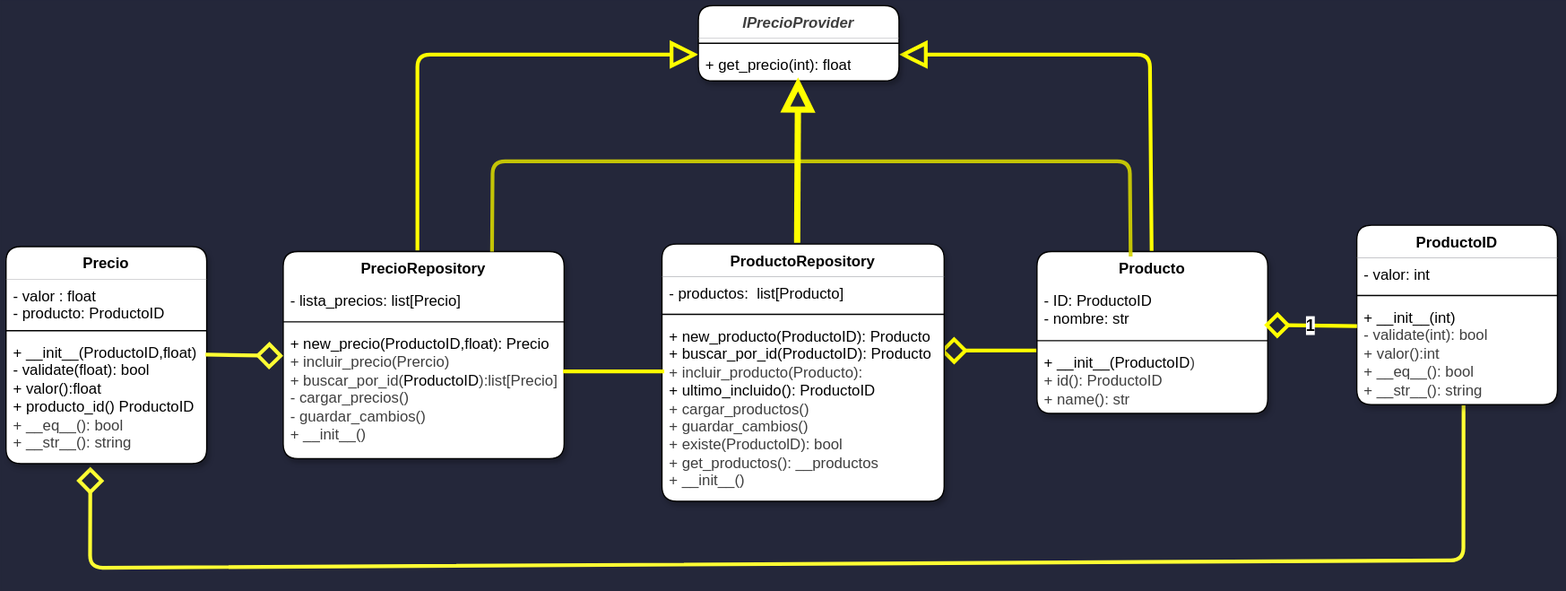
shinovi9/Subsistema-Precio keeps this draw.io diagram as Docs/DiagramaSubSistema.svg. Above is the earlier version. Source tidied: cells renumbered, new cells last; positions are measured from the earlier drawing's top-left corner, leaving out a move shared by most shapes.
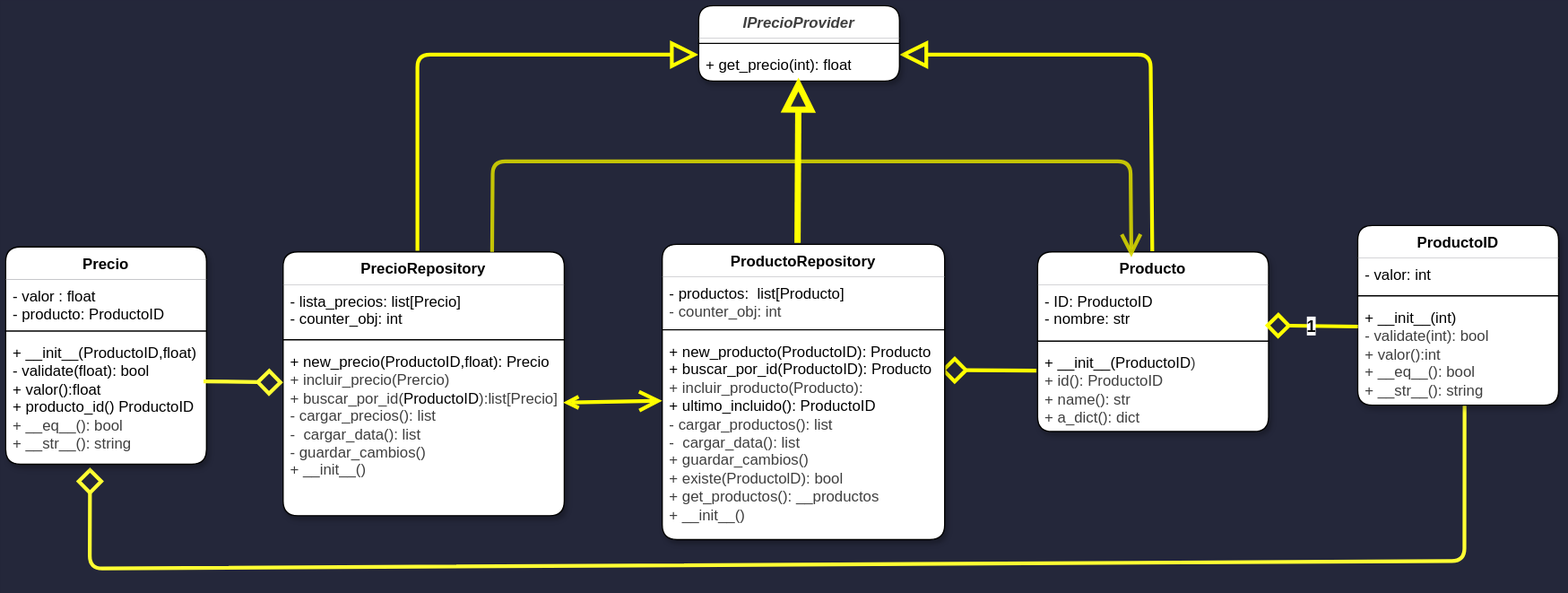
Later version of the same file.

What changed in the source:
```diff
@@ -2,7 +2,7 @@
   <root>
     <mxCell id="0" />
     <mxCell id="1" parent="0" />
-    <mxCell id="2" style="edgeStyle=none;html=1;entryX=0.986;entryY=0.172;entryDx=0;entryDy=0;entryPerimeter=0;strokeWidth=3;strokeColor=#FFFF00;endArrow=diamond;endFill=0;endSize=15;exitX=0.012;exitY=0.07;exitDx=0;exitDy=0;exitPerimeter=0;rounded=1;" parent="1" edge="1" source="7" target="16">
+    <mxCell id="2" style="edgeStyle=none;html=1;entryX=0.986;entryY=0.172;entryDx=0;entryDy=0;entryPerimeter=0;strokeWidth=3;strokeColor=#FFFF00;endArrow=diamond;endFill=0;endSize=15;exitX=-0.005;exitY=0.286;exitDx=0;exitDy=0;exitPerimeter=0;rounded=1;" parent="1" edge="1" source="7" target="16">
       <mxGeometry relative="1" as="geometry" />
     </mxCell>
     <mxCell id="3" style="edgeStyle=none;html=1;entryX=1;entryY=0.5;entryDx=0;entryDy=0;strokeWidth=3;strokeColor=#FFFF00;endArrow=block;endFill=0;endSize=15;rounded=1;" parent="1" edge="1" source="4">
@@ -14,7 +14,7 @@
       </mxGeometry>
     </mxCell>
     <mxCell id="4" value="Producto" style="swimlane;fontStyle=1;align=center;verticalAlign=top;horizontal=1;startSize=26;whiteSpace=wrap;html=1;swimlaneFillColor=default;gradientColor=none;fillStyle=auto;strokeWidth=1;rounded=1;glass=0;swimlaneLine=0;shadow=1;" parent="1" vertex="1">
-      <mxGeometry x="822" y="196" width="184" height="129" as="geometry" />
+      <mxGeometry x="822" y="196" width="184" height="143" as="geometry" />
     </mxCell>
     <mxCell id="5" value="- ID: ProductoID&lt;div&gt;- nombre: str&lt;/div&gt;" style="text;strokeColor=none;fillColor=none;align=left;verticalAlign=top;spacingLeft=4;spacingRight=4;overflow=hidden;points=[[0,0.5],[1,0.5]];portConstraint=eastwest;whiteSpace=wrap;html=1;rounded=1;" parent="4" vertex="1">
       <mxGeometry y="26" width="184" height="41" as="geometry" />
@@ -22,8 +22,8 @@
     <mxCell id="6" style="line;strokeWidth=1;fillColor=none;align=left;verticalAlign=middle;spacingTop=-1;spacingLeft=3;spacingRight=3;labelPosition=right;strokeColor=inherit;rounded=1;" parent="4" vertex="1">
       <mxGeometry y="67" width="184" height="8" as="geometry" />
     </mxCell>
-    <mxCell id="7" value="&lt;span style=&quot;scrollbar-color: rgb(226, 226, 226) rgb(251, 251, 251); color: rgb(0, 0, 0);&quot;&gt;+ __init__(ProductoID&lt;/span&gt;&lt;span style=&quot;color: rgb(63, 63, 63); scrollbar-color: rgb(226, 226, 226) rgb(251, 251, 251); background-color: transparent;&quot;&gt;)&lt;/span&gt;&lt;div&gt;&lt;span style=&quot;color: rgb(63, 63, 63); scrollbar-color: rgb(226, 226, 226) rgb(251, 251, 251); background-color: transparent;&quot;&gt;+ id(): ProductoID&lt;/span&gt;&lt;/div&gt;&lt;div&gt;&lt;span style=&quot;color: rgb(63, 63, 63); scrollbar-color: rgb(226, 226, 226) rgb(251, 251, 251); background-color: transparent;&quot;&gt;+ name(): str&lt;/span&gt;&lt;/div&gt;" style="text;strokeColor=none;fillColor=none;align=left;verticalAlign=top;spacingLeft=4;spacingRight=4;overflow=hidden;points=[[0,0.5],[1,0.5]];portConstraint=eastwest;whiteSpace=wrap;html=1;rounded=1;" parent="4" vertex="1">
-      <mxGeometry y="75" width="184" height="54" as="geometry" />
+    <mxCell id="7" value="&lt;span style=&quot;scrollbar-color: rgb(226, 226, 226) rgb(251, 251, 251); color: rgb(0, 0, 0);&quot;&gt;+ __init__(ProductoID&lt;/span&gt;&lt;span style=&quot;color: rgb(63, 63, 63); scrollbar-color: rgb(226, 226, 226) rgb(251, 251, 251); background-color: transparent;&quot;&gt;)&lt;/span&gt;&lt;div&gt;&lt;span style=&quot;color: rgb(63, 63, 63); scrollbar-color: rgb(226, 226, 226) rgb(251, 251, 251); background-color: transparent;&quot;&gt;+ id(): ProductoID&lt;/span&gt;&lt;/div&gt;&lt;div&gt;&lt;span style=&quot;color: rgb(63, 63, 63); scrollbar-color: rgb(226, 226, 226) rgb(251, 251, 251); background-color: transparent;&quot;&gt;+ name(): str&lt;/span&gt;&lt;/div&gt;&lt;div&gt;&lt;span style=&quot;color: rgb(63, 63, 63); scrollbar-color: rgb(226, 226, 226) rgb(251, 251, 251); background-color: transparent;&quot;&gt;+ a_dict(): dict&lt;/span&gt;&lt;/div&gt;" style="text;strokeColor=none;fillColor=none;align=left;verticalAlign=top;spacingLeft=4;spacingRight=4;overflow=hidden;points=[[0,0.5],[1,0.5]];portConstraint=eastwest;whiteSpace=wrap;html=1;rounded=1;" parent="4" vertex="1">
+      <mxGeometry y="75" width="184" height="68" as="geometry" />
     </mxCell>
     <mxCell id="8" style="edgeStyle=none;html=1;entryX=0;entryY=0.5;entryDx=0;entryDy=0;strokeWidth=3;strokeColor=#FFFF00;endArrow=block;endFill=0;endSize=15;rounded=1;" parent="1" edge="1">
       <mxGeometry relative="1" as="geometry">
@@ -35,30 +35,30 @@
       </mxGeometry>
     </mxCell>
     <mxCell id="9" value="&lt;span style=&quot;color: rgb(0, 0, 0);&quot;&gt;PrecioRepository&lt;/span&gt;" style="swimlane;fontStyle=1;align=center;verticalAlign=top;horizontal=1;startSize=26;whiteSpace=wrap;html=1;swimlaneFillColor=default;gradientColor=none;fillStyle=auto;strokeWidth=1;rounded=1;glass=0;swimlaneLine=0;shadow=1;" parent="1" vertex="1">
-      <mxGeometry x="221" y="196" width="224" height="165" as="geometry" />
+      <mxGeometry x="221" y="196" width="224" height="210" as="geometry" />
     </mxCell>
-    <mxCell id="10" value="- lista_precios: list[Precio]&amp;nbsp;" style="text;strokeColor=none;fillColor=none;align=left;verticalAlign=top;spacingLeft=4;spacingRight=4;overflow=hidden;whiteSpace=wrap;html=1;rounded=1;" parent="9" vertex="1">
-      <mxGeometry y="26" width="224" height="26" as="geometry" />
+    <mxCell id="10" value="- lista_precios: list[Precio]&lt;div&gt;- counter_obj: int&lt;/div&gt;" style="text;strokeColor=none;fillColor=none;align=left;verticalAlign=top;spacingLeft=4;spacingRight=4;overflow=hidden;whiteSpace=wrap;html=1;rounded=1;" parent="9" vertex="1">
+      <mxGeometry y="26" width="224" height="40" as="geometry" />
     </mxCell>
     <mxCell id="11" style="line;strokeWidth=1;fillColor=none;align=left;verticalAlign=middle;spacingTop=-1;spacingLeft=3;spacingRight=3;labelPosition=right;strokeColor=inherit;rounded=1;" parent="9" vertex="1">
-      <mxGeometry y="52" width="224" height="8" as="geometry" />
+      <mxGeometry y="66" width="224" height="8" as="geometry" />
     </mxCell>
-    <mxCell id="12" value="&lt;span style=&quot;color: rgb(0, 0, 0);&quot;&gt;+ new_precio(ProductoID,float): Precio&lt;/span&gt;&lt;div style=&quot;color: rgb(63, 63, 63); scrollbar-color: rgb(226, 226, 226) rgb(251, 251, 251);&quot;&gt;+ incluir_precio(Prercio)&lt;/div&gt;&lt;div style=&quot;color: rgb(63, 63, 63); scrollbar-color: rgb(226, 226, 226) rgb(251, 251, 251);&quot;&gt;+ buscar_por_id(&lt;span style=&quot;scrollbar-color: rgb(226, 226, 226) rgb(251, 251, 251); color: rgb(0, 0, 0);&quot;&gt;ProductoID&lt;/span&gt;):list[Precio]&lt;/div&gt;&lt;div style=&quot;color: rgb(63, 63, 63); scrollbar-color: rgb(226, 226, 226) rgb(251, 251, 251);&quot;&gt;&lt;div style=&quot;scrollbar-color: rgb(226, 226, 226) rgb(251, 251, 251); color: rgb(63, 63, 63);&quot;&gt;- cargar_precios()&lt;/div&gt;&lt;div style=&quot;scrollbar-color: rgb(226, 226, 226) rgb(251, 251, 251); color: rgb(63, 63, 63);&quot;&gt;- guardar_cambios()&lt;/div&gt;&lt;div style=&quot;scrollbar-color: rgb(226, 226, 226) rgb(251, 251, 251); color: rgb(63, 63, 63);&quot;&gt;+ __init__()&lt;/div&gt;&lt;/div&gt;" style="text;strokeColor=none;fillColor=none;align=left;verticalAlign=top;spacingLeft=4;spacingRight=4;overflow=hidden;points=[[0,0.5],[1,0.5]];portConstraint=eastwest;whiteSpace=wrap;html=1;rounded=1;" parent="9" vertex="1">
-      <mxGeometry y="60" width="224" height="105" as="geometry" />
+    <mxCell id="12" value="&lt;span style=&quot;color: rgb(0, 0, 0);&quot;&gt;+ new_precio(ProductoID,float): Precio&lt;/span&gt;&lt;div style=&quot;color: rgb(63, 63, 63); scrollbar-color: rgb(226, 226, 226) rgb(251, 251, 251);&quot;&gt;+ incluir_precio(Prercio)&lt;/div&gt;&lt;div style=&quot;color: rgb(63, 63, 63); scrollbar-color: rgb(226, 226, 226) rgb(251, 251, 251);&quot;&gt;+ buscar_por_id(&lt;span style=&quot;scrollbar-color: rgb(226, 226, 226) rgb(251, 251, 251); color: rgb(0, 0, 0);&quot;&gt;ProductoID&lt;/span&gt;):list[Precio]&lt;/div&gt;&lt;div style=&quot;color: rgb(63, 63, 63); scrollbar-color: rgb(226, 226, 226) rgb(251, 251, 251);&quot;&gt;&lt;div style=&quot;scrollbar-color: rgb(226, 226, 226) rgb(251, 251, 251); color: rgb(63, 63, 63);&quot;&gt;- cargar_precios(): list&lt;/div&gt;&lt;div style=&quot;scrollbar-color: rgb(226, 226, 226) rgb(251, 251, 251); color: rgb(63, 63, 63);&quot;&gt;&lt;span style=&quot;color: rgb(63, 63, 63);&quot;&gt;-&amp;nbsp; cargar_data(): list&lt;/span&gt;&lt;/div&gt;&lt;div style=&quot;scrollbar-color: rgb(226, 226, 226) rgb(251, 251, 251); color: rgb(63, 63, 63);&quot;&gt;- guardar_cambios()&lt;/div&gt;&lt;div style=&quot;scrollbar-color: rgb(226, 226, 226) rgb(251, 251, 251); color: rgb(63, 63, 63);&quot;&gt;+ __init__()&lt;/div&gt;&lt;/div&gt;" style="text;strokeColor=none;fillColor=none;align=left;verticalAlign=top;spacingLeft=4;spacingRight=4;overflow=hidden;points=[[0,0.5],[1,0.5]];portConstraint=eastwest;whiteSpace=wrap;html=1;rounded=1;" parent="9" vertex="1">
+      <mxGeometry y="74" width="224" height="136" as="geometry" />
     </mxCell>
     <mxCell id="13" value="ProductoRepository" style="swimlane;fontStyle=1;align=center;verticalAlign=top;horizontal=1;startSize=26;whiteSpace=wrap;html=1;swimlaneFillColor=default;gradientColor=none;fillStyle=auto;strokeWidth=1;rounded=1;glass=0;swimlaneLine=0;shadow=1;" parent="1" vertex="1">
-      <mxGeometry x="523" y="190" width="225" height="205" as="geometry" />
+      <mxGeometry x="523" y="190" width="225" height="235" as="geometry" />
     </mxCell>
-    <mxCell id="14" value="- productos:&amp;nbsp; list[Producto]" style="text;strokeColor=none;fillColor=none;align=left;verticalAlign=top;spacingLeft=4;spacingRight=4;overflow=hidden;whiteSpace=wrap;html=1;rounded=1;" parent="13" vertex="1">
-      <mxGeometry y="26" width="225" height="26" as="geometry" />
+    <mxCell id="14" value="- productos:&amp;nbsp; list[Producto]&lt;div&gt;&lt;span style=&quot;color: rgb(63, 63, 63);&quot;&gt;- counter_obj: int&lt;/span&gt;&lt;/div&gt;" style="text;strokeColor=none;fillColor=none;align=left;verticalAlign=top;spacingLeft=4;spacingRight=4;overflow=hidden;whiteSpace=wrap;html=1;rounded=1;" parent="13" vertex="1">
+      <mxGeometry y="26" width="225" height="38" as="geometry" />
     </mxCell>
     <mxCell id="15" style="line;strokeWidth=1;fillColor=none;align=left;verticalAlign=middle;spacingTop=-1;spacingLeft=3;spacingRight=3;labelPosition=right;strokeColor=inherit;rounded=1;" parent="13" vertex="1">
-      <mxGeometry y="52" width="225" height="8" as="geometry" />
+      <mxGeometry y="64" width="225" height="8" as="geometry" />
     </mxCell>
-    <mxCell id="16" value="&lt;font style=&quot;scrollbar-color: rgb(226, 226, 226) rgb(251, 251, 251); color: rgb(0, 0, 0);&quot;&gt;+ new_producto(ProductoID): Producto&lt;/font&gt;&lt;div style=&quot;scrollbar-color: rgb(226, 226, 226) rgb(251, 251, 251); color: rgb(63, 63, 63);&quot;&gt;&lt;font style=&quot;scrollbar-color: rgb(226, 226, 226) rgb(251, 251, 251); color: rgb(0, 0, 0);&quot;&gt;+ buscar_por_id(ProductoID): Producto&lt;/font&gt;&lt;/div&gt;&lt;div style=&quot;scrollbar-color: rgb(226, 226, 226) rgb(251, 251, 251); color: rgb(63, 63, 63);&quot;&gt;+ incluir_producto(Producto):&lt;/div&gt;&lt;div style=&quot;scrollbar-color: rgb(226, 226, 226) rgb(251, 251, 251); color: rgb(63, 63, 63);&quot;&gt;&lt;font style=&quot;scrollbar-color: rgb(226, 226, 226) rgb(251, 251, 251); color: rgb(0, 0, 0);&quot;&gt;+ ultimo_incluido(): ProductoID&lt;/font&gt;&lt;/div&gt;&lt;div style=&quot;scrollbar-color: rgb(226, 226, 226) rgb(251, 251, 251); color: rgb(63, 63, 63);&quot;&gt;+ cargar_productos()&lt;/div&gt;&lt;div style=&quot;scrollbar-color: rgb(226, 226, 226) rgb(251, 251, 251); color: rgb(63, 63, 63);&quot;&gt;+ guardar_cambios()&lt;/div&gt;&lt;div style=&quot;scrollbar-color: rgb(226, 226, 226) rgb(251, 251, 251); color: rgb(63, 63, 63);&quot;&gt;+ existe(ProductolD): bool&lt;/div&gt;&lt;div style=&quot;scrollbar-color: rgb(226, 226, 226) rgb(251, 251, 251); color: rgb(63, 63, 63);&quot;&gt;+ get_productos(): __productos&amp;nbsp;&amp;nbsp;&lt;/div&gt;&lt;div style=&quot;scrollbar-color: rgb(226, 226, 226) rgb(251, 251, 251); color: rgb(63, 63, 63);&quot;&gt;+ __init__()&lt;/div&gt;" style="text;strokeColor=none;fillColor=none;align=left;verticalAlign=top;spacingLeft=4;spacingRight=4;overflow=hidden;points=[[0,0.5],[1,0.5]];portConstraint=eastwest;whiteSpace=wrap;html=1;rounded=1;" parent="13" vertex="1">
-      <mxGeometry y="60" width="225" height="145" as="geometry" />
+    <mxCell id="16" value="&lt;font style=&quot;scrollbar-color: rgb(226, 226, 226) rgb(251, 251, 251); color: rgb(0, 0, 0);&quot;&gt;+ new_producto(ProductoID): Producto&lt;/font&gt;&lt;div style=&quot;scrollbar-color: rgb(226, 226, 226) rgb(251, 251, 251); color: rgb(63, 63, 63);&quot;&gt;&lt;font style=&quot;scrollbar-color: rgb(226, 226, 226) rgb(251, 251, 251); color: rgb(0, 0, 0);&quot;&gt;+ buscar_por_id(ProductoID): Producto&lt;/font&gt;&lt;/div&gt;&lt;div style=&quot;scrollbar-color: rgb(226, 226, 226) rgb(251, 251, 251); color: rgb(63, 63, 63);&quot;&gt;+ incluir_producto(Producto):&lt;/div&gt;&lt;div style=&quot;scrollbar-color: rgb(226, 226, 226) rgb(251, 251, 251); color: rgb(63, 63, 63);&quot;&gt;&lt;font style=&quot;scrollbar-color: rgb(226, 226, 226) rgb(251, 251, 251); color: rgb(0, 0, 0);&quot;&gt;+ ultimo_incluido(): ProductoID&lt;/font&gt;&lt;/div&gt;&lt;div style=&quot;scrollbar-color: rgb(226, 226, 226) rgb(251, 251, 251); color: rgb(63, 63, 63);&quot;&gt;- cargar_productos(): list&lt;/div&gt;&lt;div style=&quot;scrollbar-color: rgb(226, 226, 226) rgb(251, 251, 251); color: rgb(63, 63, 63);&quot;&gt;&lt;span style=&quot;color: rgb(63, 63, 63);&quot;&gt;-&amp;nbsp; cargar_data(): list&lt;/span&gt;&lt;/div&gt;&lt;div style=&quot;scrollbar-color: rgb(226, 226, 226) rgb(251, 251, 251); color: rgb(63, 63, 63);&quot;&gt;+ guardar_cambios()&lt;/div&gt;&lt;div style=&quot;scrollbar-color: rgb(226, 226, 226) rgb(251, 251, 251); color: rgb(63, 63, 63);&quot;&gt;+ existe(ProductolD): bool&lt;/div&gt;&lt;div style=&quot;scrollbar-color: rgb(226, 226, 226) rgb(251, 251, 251); color: rgb(63, 63, 63);&quot;&gt;+ get_productos(): __productos&lt;/div&gt;&lt;div style=&quot;scrollbar-color: rgb(226, 226, 226) rgb(251, 251, 251); color: rgb(63, 63, 63);&quot;&gt;+ __init__()&lt;/div&gt;" style="text;strokeColor=none;fillColor=none;align=left;verticalAlign=top;spacingLeft=4;spacingRight=4;overflow=hidden;points=[[0,0.5],[1,0.5]];portConstraint=eastwest;whiteSpace=wrap;html=1;rounded=1;" parent="13" vertex="1">
+      <mxGeometry y="72" width="225" height="163" as="geometry" />
     </mxCell>
-    <mxCell id="17" style="edgeStyle=none;html=1;exitX=0.996;exitY=0.338;exitDx=0;exitDy=0;entryX=0.008;entryY=0.286;entryDx=0;entryDy=0;startArrow=none;startFill=0;strokeColor=#FFFF00;strokeWidth=3;entryPerimeter=0;endArrow=none;endFill=0;exitPerimeter=0;rounded=1;" parent="1" edge="1" source="12" target="16">
+    <mxCell id="17" style="edgeStyle=none;html=1;exitX=0.996;exitY=0.338;exitDx=0;exitDy=0;startArrow=open;startFill=0;strokeColor=#FFFF00;strokeWidth=3;endArrow=open;endFill=0;exitPerimeter=0;rounded=1;endSize=12;entryX=0;entryY=0.322;entryDx=0;entryDy=0;entryPerimeter=0;" parent="1" edge="1" source="12" target="16">
       <mxGeometry relative="1" as="geometry" />
     </mxCell>
     <mxCell id="18" value="&lt;i style=&quot;color: rgb(63, 63, 63); scrollbar-color: rgb(226, 226, 226) rgb(251, 251, 251);&quot;&gt;IPrecioProvider&lt;/i&gt;" style="swimlane;fontStyle=1;align=center;verticalAlign=top;horizontal=1;startSize=26;whiteSpace=wrap;html=1;swimlaneFillColor=default;gradientColor=none;fillStyle=auto;strokeWidth=1;rounded=1;glass=0;swimlaneLine=0;shadow=1;" parent="1" vertex="1">
@@ -70,7 +70,7 @@
     <mxCell id="20" value="+ get_precio(int): float" style="text;strokeColor=none;fillColor=none;align=left;verticalAlign=top;spacingLeft=4;spacingRight=4;overflow=hidden;points=[[0,0.5],[1,0.5]];portConstraint=eastwest;whiteSpace=wrap;html=1;rounded=1;" parent="18" vertex="1">
       <mxGeometry y="34" width="160" height="26" as="geometry" />
     </mxCell>
-    <mxCell id="21" style="edgeStyle=none;html=1;entryX=0.406;entryY=0.03;entryDx=0;entryDy=0;exitX=0.5;exitY=0;exitDx=0;exitDy=0;strokeWidth=3;strokeColor=#D5D500;entryPerimeter=0;opacity=90;endArrow=none;endFill=0;rounded=1;" parent="1" edge="1" target="4">
+    <mxCell id="21" style="edgeStyle=none;html=1;entryX=0.406;entryY=0.03;entryDx=0;entryDy=0;exitX=0.5;exitY=0;exitDx=0;exitDy=0;strokeWidth=3;strokeColor=#D5D500;entryPerimeter=0;opacity=90;endArrow=open;endFill=0;rounded=1;endSize=12;" parent="1" edge="1" target="4">
       <mxGeometry relative="1" as="geometry">
         <mxPoint x="387.5" y="196" as="sourcePoint" />
         <Array as="points">
@@ -117,7 +117,7 @@
     <mxCell id="32" value="+ __init__(ProductoID,float)&lt;div&gt;&lt;div&gt;- validate(float): bool&lt;/div&gt;&lt;/div&gt;&lt;div&gt;+ valor():float&lt;/div&gt;&lt;div&gt;+ producto_id() ProductoID&lt;/div&gt;&lt;div&gt;&lt;span style=&quot;color: rgb(63, 63, 63);&quot;&gt;+ __eq__(): bool&lt;/span&gt;&lt;/div&gt;&lt;div&gt;&lt;span style=&quot;color: rgb(63, 63, 63);&quot;&gt;&lt;span style=&quot;color: rgb(63, 63, 63);&quot;&gt;+ __str__(): string&lt;/span&gt;&lt;/span&gt;&lt;/div&gt;" style="text;strokeColor=none;fillColor=none;align=left;verticalAlign=top;spacingLeft=4;spacingRight=4;overflow=hidden;points=[[0,0.5],[1,0.5]];portConstraint=eastwest;whiteSpace=wrap;html=1;rounded=1;" parent="29" vertex="1">
       <mxGeometry y="71" width="160" height="102" as="geometry" />
     </mxCell>
-    <mxCell id="33" style="edgeStyle=none;html=1;entryX=0;entryY=0.22;entryDx=0;entryDy=0;entryPerimeter=0;exitX=0.994;exitY=0.148;exitDx=0;exitDy=0;exitPerimeter=0;strokeWidth=3;strokeColor=#FFFF33;endArrow=diamond;endFill=0;endSize=15;rounded=1;" parent="1" edge="1" source="32" target="12">
+    <mxCell id="33" style="edgeStyle=none;html=1;entryX=0;entryY=0.22;entryDx=0;entryDy=0;entryPerimeter=0;exitX=0.985;exitY=0.353;exitDx=0;exitDy=0;exitPerimeter=0;strokeWidth=3;strokeColor=#FFFF33;endArrow=diamond;endFill=0;endSize=15;rounded=1;" parent="1" edge="1" source="32" target="12">
       <mxGeometry relative="1" as="geometry" />
     </mxCell>
   </root>
```
